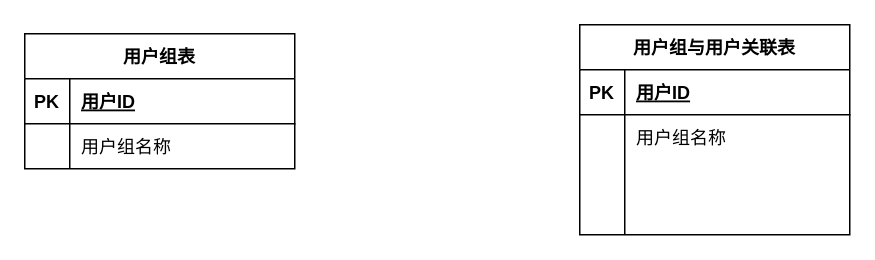
The draw.io diagram Untitled Diagram.drawio in ZhihangTang/Cruise, before the edit. Source tidied: cells renumbered, new cells numbered last; positions are measured from the earlier drawing's top-left corner, leaving out a move shared by most shapes. Both pictures are drawn from the tidied source at 150%, with x=0, y=0 at pixel (24, 24).
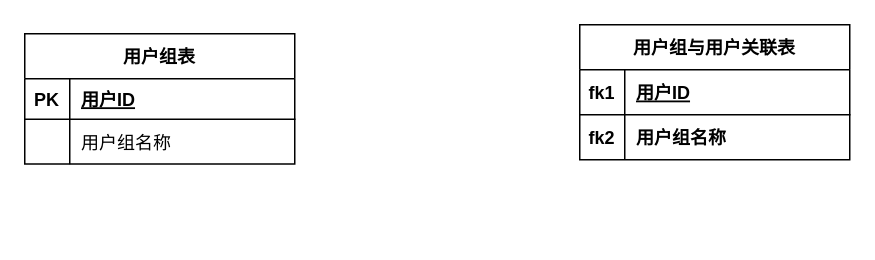
Above is the later version.

Unchanged cells that the change refers to:
```xml
<mxCell id="10" style="shape=partialRectangle;fillColor=none;top=0;left=0;bottom=1;right=0;" parent="9" vertex="1">
  <mxGeometry y="30" width="180" height="30" as="geometry" />
</mxCell>
<mxCell id="13" style="shape=partialRectangle;fillColor=none;top=0;left=0;bottom=0;right=0;" parent="9" vertex="1">
  <mxGeometry y="60" width="180" height="30" as="geometry" />
</mxCell>
```

Change to the diagram source:
```diff
@@
     <mxCell id="2" value="用户组表" style="shape=table;startSize=30;childLayout=tableLayout;rowLines=0;fontStyle=1;align=center;" parent="1" vertex="1">
-      <mxGeometry y="6" width="180" height="90" as="geometry" />
+      <mxGeometry y="6" width="180" height="86.8" as="geometry" />
     </mxCell>
     <mxCell id="3" style="shape=partialRectangle;fillColor=none;top=0;left=0;bottom=1;right=0;" parent="2" vertex="1">
-      <mxGeometry y="30" width="180" height="30" as="geometry" />
+      <mxGeometry y="30" width="180" height="27" as="geometry" />
     </mxCell>
     <mxCell id="4" value="PK" style="shape=partialRectangle;fillColor=none;top=0;left=0;bottom=0;right=0;fontStyle=1;overflow=hidden;" parent="3" vertex="1">
-      <mxGeometry width="30" height="30" as="geometry" />
+      <mxGeometry width="30" height="27" as="geometry" />
     </mxCell>
     <mxCell id="5" value="用户ID" style="shape=partialRectangle;fillColor=none;top=0;left=0;bottom=0;right=0;align=left;spacingLeft=6;fontStyle=5;overflow=hidden;" parent="3" vertex="1">
-      <mxGeometry x="30" width="150" height="30" as="geometry" />
+      <mxGeometry x="30" width="150" height="27" as="geometry" />
     </mxCell>
     <mxCell id="6" style="shape=partialRectangle;fillColor=none;top=0;left=0;bottom=0;right=0;" parent="2" vertex="1">
-      <mxGeometry y="60" width="180" height="30" as="geometry" />
+      <mxGeometry y="57" width="180" height="30" as="geometry" />
     </mxCell>
@@
     <mxCell id="9" value="用户组与用户关联表" style="shape=table;startSize=30;childLayout=tableLayout;rowLines=0;fontStyle=1;align=center;" parent="1" vertex="1">
-      <mxGeometry x="370" width="180" height="140" as="geometry" />
+      <mxGeometry x="370" width="180" height="90" as="geometry" />
     </mxCell>
@@
-    <mxCell id="11" value="PK" style="shape=partialRectangle;fillColor=none;top=0;left=0;bottom=0;right=0;fontStyle=1;overflow=hidden;" parent="10" vertex="1">
+    <mxCell id="11" value="fk1" style="shape=partialRectangle;fillColor=none;top=0;left=0;bottom=0;right=0;fontStyle=1;overflow=hidden;" parent="10" vertex="1">
       <mxGeometry width="30" height="30" as="geometry" />
     </mxCell>
@@
-    <mxCell id="14" style="shape=partialRectangle;fillColor=none;top=0;left=0;bottom=0;right=0;overflow=hidden;" parent="13" vertex="1">
+    <mxCell id="14" value="fk2" style="shape=partialRectangle;fillColor=none;top=0;left=0;bottom=0;right=0;overflow=hidden;fontStyle=1;" parent="13" vertex="1">
       <mxGeometry width="30" height="30" as="geometry" />
     </mxCell>
-    <mxCell id="15" value="用户组名称" style="shape=partialRectangle;fillColor=none;top=0;left=0;bottom=0;right=0;align=left;spacingLeft=6;overflow=hidden;" parent="13" vertex="1">
+    <mxCell id="15" value="用户组名称" style="shape=partialRectangle;fillColor=none;top=0;left=0;bottom=0;right=0;align=left;spacingLeft=6;overflow=hidden;fontStyle=1;" parent="13" vertex="1">
       <mxGeometry x="30" width="150" height="30" as="geometry" />
     </mxCell>
-    <mxCell id="16" style="shape=partialRectangle;fillColor=none;top=0;left=0;bottom=0;right=0;" parent="9" vertex="1">
-      <mxGeometry y="90" width="180" height="30" as="geometry" />
-    </mxCell>
-    <mxCell id="17" style="shape=partialRectangle;fillColor=none;top=0;left=0;bottom=0;right=0;overflow=hidden;" parent="16" vertex="1">
-      <mxGeometry width="30" height="30" as="geometry" />
-    </mxCell>
-    <mxCell id="18" style="shape=partialRectangle;fillColor=none;top=0;left=0;bottom=0;right=0;align=left;spacingLeft=6;overflow=hidden;" parent="16" vertex="1">
-      <mxGeometry x="30" width="150" height="30" as="geometry" />
-    </mxCell>
-    <mxCell id="19" style="shape=partialRectangle;fillColor=none;top=0;left=0;bottom=0;right=0;" parent="9" vertex="1">
-      <mxGeometry y="120" width="180" height="20" as="geometry" />
-    </mxCell>
-    <mxCell id="20" style="shape=partialRectangle;fillColor=none;top=0;left=0;bottom=0;right=0;overflow=hidden;" parent="19" vertex="1">
-      <mxGeometry width="30" height="20" as="geometry" />
-    </mxCell>
-    <mxCell id="21" style="shape=partialRectangle;fillColor=none;top=0;left=0;bottom=0;right=0;align=left;spacingLeft=6;overflow=hidden;" parent="19" vertex="1">
-      <mxGeometry x="30" width="150" height="20" as="geometry" />
-    </mxCell>
```
